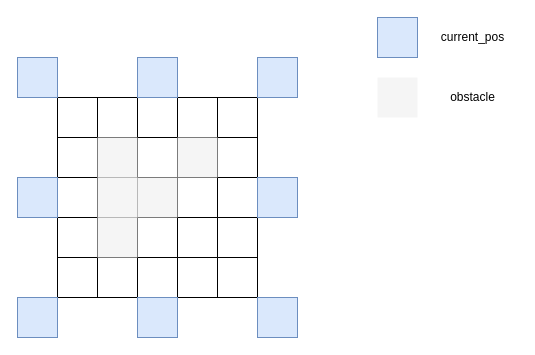
Before: draw/AI-HW1-2.drawio in zhiyuan5986/draw_io, a draw.io diagram. Source tidied: cells renumbered, new cells numbered last; positions are measured from the earlier drawing's top-left corner, leaving out a move shared by most shapes. Both pictures are drawn from the tidied source at 100%, with x=0, y=0 at pixel (17, 17).
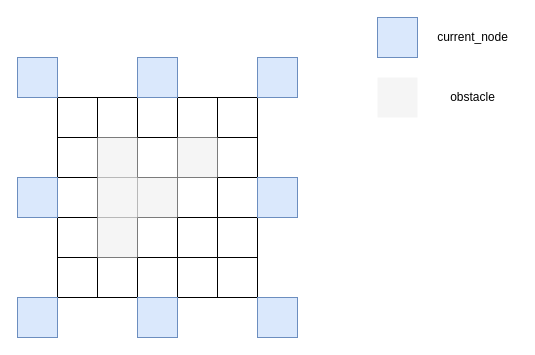
After the change.

Diff of the diagram source:
```diff
@@
-    <mxCell id="42" value="current_pos" style="text;html=1;align=center;verticalAlign=middle;strokeColor=none;fillColor=none;" parent="1" vertex="1">
+    <mxCell id="42" value="current_node" style="text;html=1;align=center;verticalAlign=middle;strokeColor=none;fillColor=none;" parent="1" vertex="1">
       <mxGeometry x="410" y="5" width="90" height="30" as="geometry" />
     </mxCell>
```
